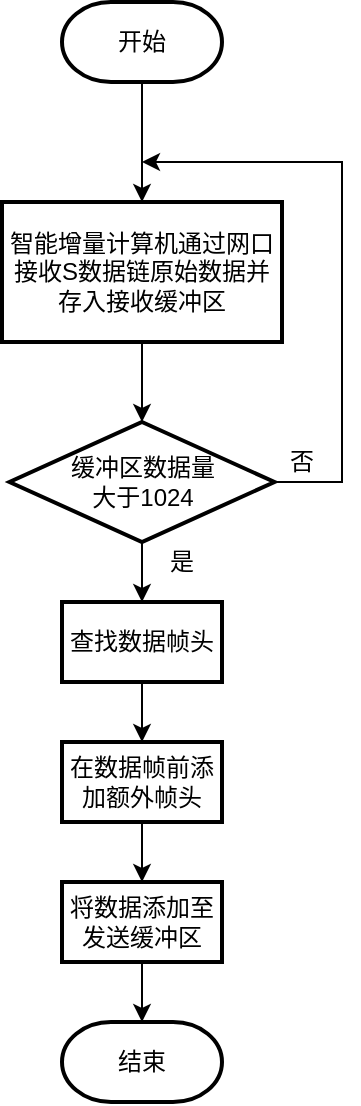
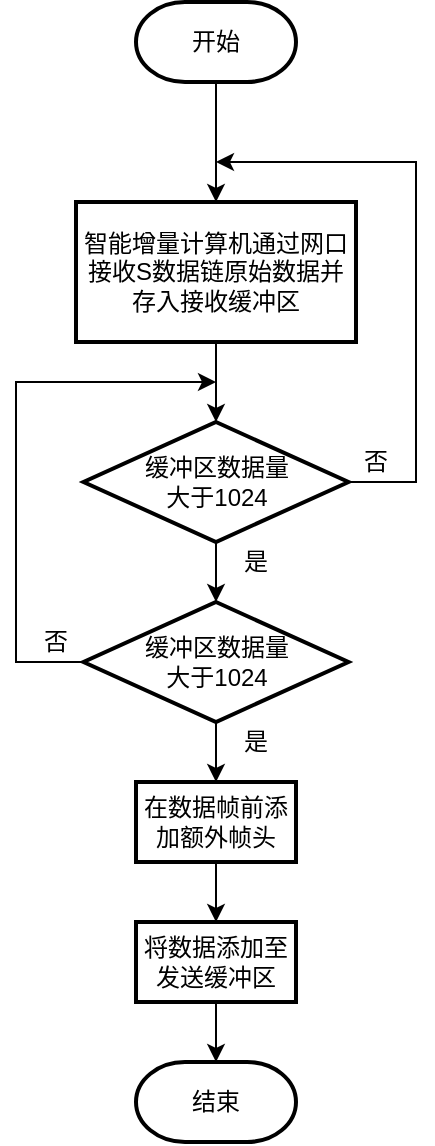
<mxfile host="app.diagrams.net">
  <diagram name="第 1 页" id="v4nI9nYeZImTgYN6z9yT">
-     <mxGraphModel dx="1191" dy="765" grid="1" gridSize="10" guides="1" tooltips="1" connect="1" arrows="1" fold="1" page="1" pageScale="1" pageWidth="827" pageHeight="1169" math="0" shadow="0">
+     <mxGraphModel dx="534" dy="343" grid="1" gridSize="10" guides="1" tooltips="1" connect="1" arrows="1" fold="1" page="1" pageScale="1" pageWidth="827" pageHeight="1169" math="0" shadow="0">
      <root>
        <mxCell id="0" />
        <mxCell id="1" parent="0" />
        <mxCell id="hEWlXCelXX65bNCAQXbI-1" parent="1" style="strokeWidth=2;html=1;shape=mxgraph.flowchart.terminator;whiteSpace=wrap;" value="开始" vertex="1">
          <mxGeometry height="40" width="80" x="320" y="40" as="geometry" />
        </mxCell>
        <mxCell id="hEWlXCelXX65bNCAQXbI-2" parent="1" style="rounded=1;whiteSpace=wrap;html=1;absoluteArcSize=1;arcSize=0;strokeWidth=2;" value="智能增量计算机通过网口接收S数据链原始数据并存入接收缓冲区" vertex="1">
          <mxGeometry height="70" width="140" x="290" y="140" as="geometry" />
        </mxCell>
        <mxCell id="hEWlXCelXX65bNCAQXbI-3" edge="1" parent="1" source="hEWlXCelXX65bNCAQXbI-4" style="edgeStyle=orthogonalEdgeStyle;rounded=0;orthogonalLoop=1;jettySize=auto;html=1;exitX=1;exitY=0.5;exitDx=0;exitDy=0;exitPerimeter=0;">
          <mxGeometry relative="1" as="geometry">
            <Array as="points">
              <mxPoint x="460" y="280" />
              <mxPoint x="460" y="120" />
            </Array>
            <mxPoint x="360" y="120" as="targetPoint" />
          </mxGeometry>
        </mxCell>
        <mxCell id="hEWlXCelXX65bNCAQXbI-4" parent="1" style="strokeWidth=2;html=1;shape=mxgraph.flowchart.decision;whiteSpace=wrap;" value="缓冲区数据量&lt;div&gt;大于1024&lt;br&gt;&lt;/div&gt;" vertex="1">
          <mxGeometry height="60" width="132.5" x="293.75" y="250" as="geometry" />
        </mxCell>
        <mxCell id="hEWlXCelXX65bNCAQXbI-5" edge="1" parent="1" source="hEWlXCelXX65bNCAQXbI-1" style="endArrow=classic;html=1;rounded=0;exitX=0.5;exitY=1;exitDx=0;exitDy=0;exitPerimeter=0;" target="hEWlXCelXX65bNCAQXbI-2" value="">
          <mxGeometry height="50" relative="1" width="50" as="geometry">
            <mxPoint x="430" y="250" as="sourcePoint" />
            <mxPoint x="480" y="200" as="targetPoint" />
          </mxGeometry>
        </mxCell>
        <mxCell id="hEWlXCelXX65bNCAQXbI-6" edge="1" parent="1" source="hEWlXCelXX65bNCAQXbI-2" style="endArrow=classic;html=1;rounded=0;exitX=0.5;exitY=1;exitDx=0;exitDy=0;entryX=0.5;entryY=0;entryDx=0;entryDy=0;entryPerimeter=0;" target="hEWlXCelXX65bNCAQXbI-4" value="">
          <mxGeometry height="50" relative="1" width="50" as="geometry">
            <mxPoint x="370" y="200" as="sourcePoint" />
            <mxPoint x="420" y="150" as="targetPoint" />
          </mxGeometry>
        </mxCell>
-         <mxCell id="hEWlXCelXX65bNCAQXbI-7" edge="1" parent="1" source="hEWlXCelXX65bNCAQXbI-4" style="endArrow=classic;html=1;rounded=0;exitX=0.5;exitY=1;exitDx=0;exitDy=0;exitPerimeter=0;" target="hEWlXCelXX65bNCAQXbI-11" value="">
+         <mxCell id="hEWlXCelXX65bNCAQXbI-7" edge="1" parent="1" source="hEWlXCelXX65bNCAQXbI-4" style="endArrow=classic;html=1;rounded=0;exitX=0.5;exitY=1;exitDx=0;exitDy=0;exitPerimeter=0;entryX=0.5;entryY=0;entryDx=0;entryDy=0;entryPerimeter=0;" target="uc5LyBPZUDBUx0uEdSXh-1" value="">
          <mxGeometry height="50" relative="1" width="50" as="geometry">
            <mxPoint x="340" y="399" as="sourcePoint" />
-             <mxPoint x="360" y="359" as="targetPoint" />
+             <mxPoint x="360" y="340" as="targetPoint" />
          </mxGeometry>
        </mxCell>
        <mxCell id="hEWlXCelXX65bNCAQXbI-8" parent="1" style="text;html=1;whiteSpace=wrap;strokeColor=none;fillColor=none;align=center;verticalAlign=middle;rounded=0;" value="是" vertex="1">
          <mxGeometry height="20" width="40" x="360" y="310" as="geometry" />
        </mxCell>
-         <mxCell id="hEWlXCelXX65bNCAQXbI-9" edge="1" parent="1" source="hEWlXCelXX65bNCAQXbI-11" style="endArrow=classic;html=1;rounded=0;exitX=0.5;exitY=1;exitDx=0;exitDy=0;entryX=0.5;entryY=0;entryDx=0;entryDy=0;" target="hEWlXCelXX65bNCAQXbI-14" value="">
+         <mxCell id="hEWlXCelXX65bNCAQXbI-9" edge="1" parent="1" source="uc5LyBPZUDBUx0uEdSXh-1" style="endArrow=classic;html=1;rounded=0;exitX=0.5;exitY=1;exitDx=0;exitDy=0;entryX=0.5;entryY=0;entryDx=0;entryDy=0;exitPerimeter=0;" target="hEWlXCelXX65bNCAQXbI-14" value="">
          <mxGeometry height="50" relative="1" width="50" as="geometry">
-             <mxPoint x="360" y="419" as="sourcePoint" />
-             <mxPoint x="360" y="440" as="targetPoint" />
+             <mxPoint x="360" y="410" as="sourcePoint" />
+             <mxPoint x="360" y="470" as="targetPoint" />
          </mxGeometry>
        </mxCell>
        <mxCell id="hEWlXCelXX65bNCAQXbI-10" parent="1" style="text;html=1;whiteSpace=wrap;strokeColor=none;fillColor=none;align=center;verticalAlign=middle;rounded=0;" value="否" vertex="1">
          <mxGeometry height="20" width="40" x="420" y="260" as="geometry" />
        </mxCell>
-         <mxCell id="hEWlXCelXX65bNCAQXbI-11" parent="1" style="rounded=1;whiteSpace=wrap;html=1;absoluteArcSize=1;arcSize=0;strokeWidth=2;" value="查找数据帧头" vertex="1">
-           <mxGeometry height="40" width="80" x="320" y="340" as="geometry" />
-         </mxCell>
        <mxCell id="hEWlXCelXX65bNCAQXbI-12" parent="1" style="strokeWidth=2;html=1;shape=mxgraph.flowchart.terminator;whiteSpace=wrap;" value="结束" vertex="1">
-           <mxGeometry height="40" width="80" x="320" y="550" as="geometry" />
+           <mxGeometry height="40" width="80" x="320" y="570" as="geometry" />
        </mxCell>
        <mxCell id="hEWlXCelXX65bNCAQXbI-13" edge="1" parent="1" source="hEWlXCelXX65bNCAQXbI-14" style="edgeStyle=orthogonalEdgeStyle;rounded=0;orthogonalLoop=1;jettySize=auto;html=1;entryX=0.5;entryY=0;entryDx=0;entryDy=0;" target="hEWlXCelXX65bNCAQXbI-18" value="">
          <mxGeometry relative="1" as="geometry">
-             <mxPoint x="360.0526315789473" y="480" as="targetPoint" />
+             <mxPoint x="360.0526315789473" y="500" as="targetPoint" />
          </mxGeometry>
        </mxCell>
        <mxCell id="hEWlXCelXX65bNCAQXbI-14" parent="1" style="rounded=1;whiteSpace=wrap;html=1;absoluteArcSize=1;arcSize=0;strokeWidth=2;" value="在数据帧前添加额外帧头" vertex="1">
-           <mxGeometry height="40" width="80" x="320" y="410" as="geometry" />
+           <mxGeometry height="40" width="80" x="320" y="430" as="geometry" />
        </mxCell>
        <mxCell id="hEWlXCelXX65bNCAQXbI-17" edge="1" parent="1" source="hEWlXCelXX65bNCAQXbI-18" style="edgeStyle=orthogonalEdgeStyle;rounded=0;orthogonalLoop=1;jettySize=auto;html=1;" target="hEWlXCelXX65bNCAQXbI-12" value="">
          <mxGeometry relative="1" as="geometry" />
        </mxCell>
        <mxCell id="hEWlXCelXX65bNCAQXbI-18" parent="1" style="rounded=1;whiteSpace=wrap;html=1;absoluteArcSize=1;arcSize=0;strokeWidth=2;" value="将数据添加至发送缓冲区" vertex="1">
-           <mxGeometry height="40" width="80" x="320" y="480" as="geometry" />
+           <mxGeometry height="40" width="80" x="320" y="500" as="geometry" />
+         </mxCell>
+         <mxCell id="uc5LyBPZUDBUx0uEdSXh-2" edge="1" parent="1" source="uc5LyBPZUDBUx0uEdSXh-1" style="edgeStyle=orthogonalEdgeStyle;rounded=0;orthogonalLoop=1;jettySize=auto;html=1;">
+           <mxGeometry relative="1" as="geometry">
+             <Array as="points">
+               <mxPoint x="260" y="370" />
+               <mxPoint x="260" y="230" />
+               <mxPoint x="360" y="230" />
+             </Array>
+             <mxPoint x="360" y="230" as="targetPoint" />
+           </mxGeometry>
+         </mxCell>
+         <mxCell id="uc5LyBPZUDBUx0uEdSXh-1" parent="1" style="strokeWidth=2;html=1;shape=mxgraph.flowchart.decision;whiteSpace=wrap;" value="缓冲区数据量&lt;div&gt;大于1024&lt;br&gt;&lt;/div&gt;" vertex="1">
+           <mxGeometry height="60" width="132.5" x="293.75" y="340" as="geometry" />
+         </mxCell>
+         <mxCell id="uc5LyBPZUDBUx0uEdSXh-3" parent="1" style="text;html=1;whiteSpace=wrap;strokeColor=none;fillColor=none;align=center;verticalAlign=middle;rounded=0;" value="是" vertex="1">
+           <mxGeometry height="20" width="40" x="360" y="400" as="geometry" />
+         </mxCell>
+         <mxCell id="uc5LyBPZUDBUx0uEdSXh-4" parent="1" style="text;html=1;whiteSpace=wrap;strokeColor=none;fillColor=none;align=center;verticalAlign=middle;rounded=0;" value="否" vertex="1">
+           <mxGeometry height="20" width="40" x="260" y="350" as="geometry" />
        </mxCell>
      </root>
    </mxGraphModel>
  </diagram>
</mxfile>
